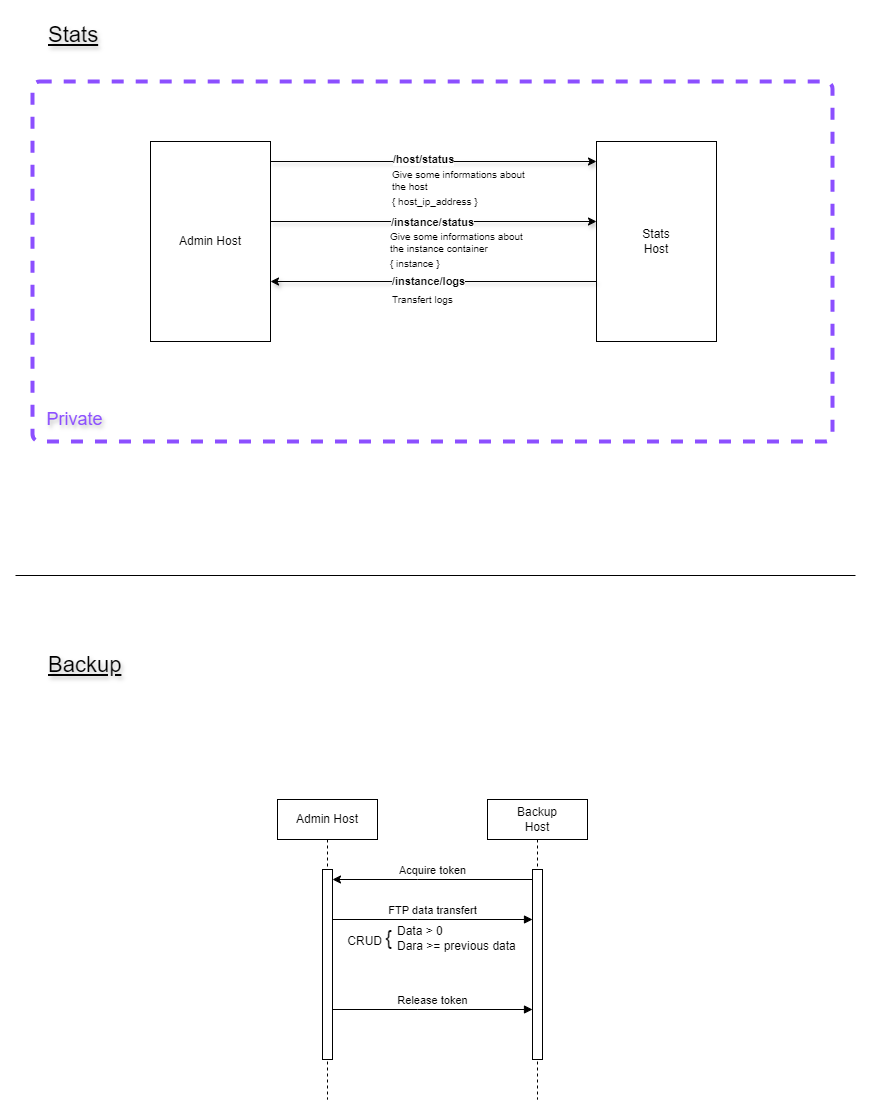
Before: doc/Admin.png, a diagram exported from draw.io (yesbabylon/b2). Source tidied: cells renumbered, new cells last; positions are measured from the earlier drawing's top-left corner, leaving out a move shared by most shapes.
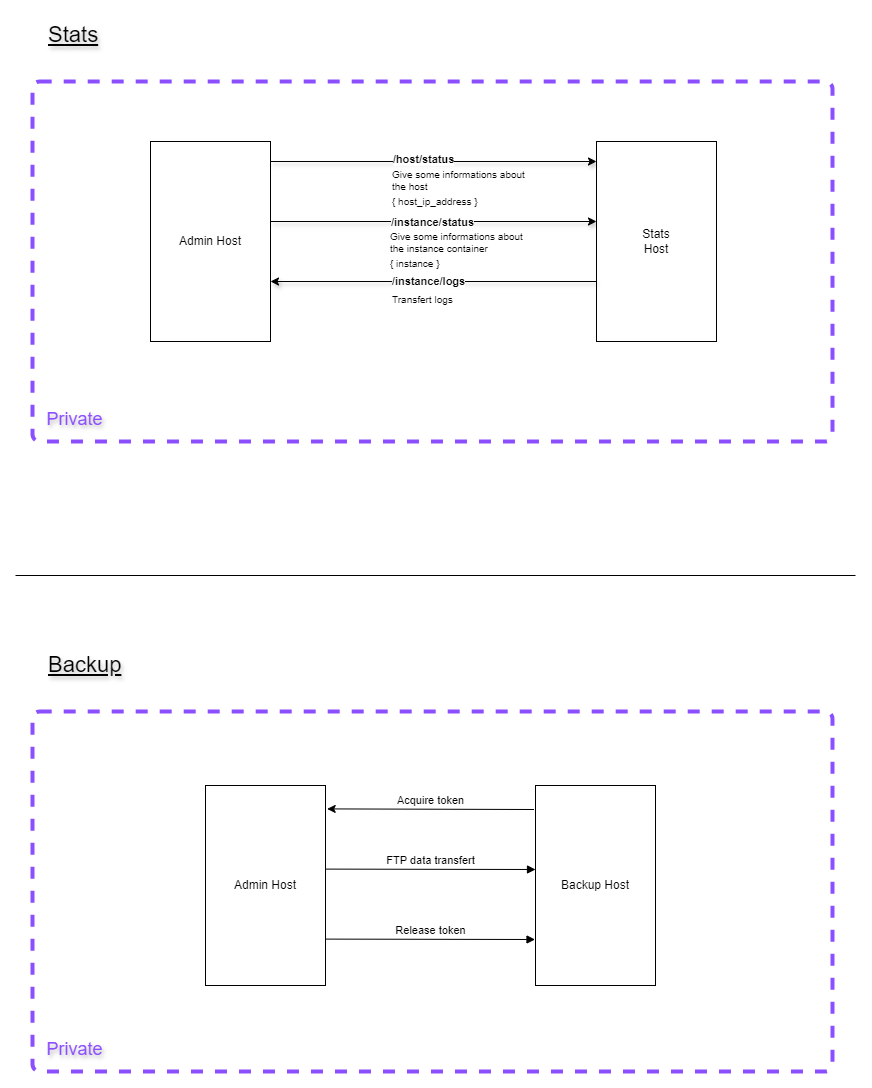
Later version of the same file.

Commit message:
Added admin chart

Change to the diagram source:
```diff
@@ -2,6 +2,9 @@
   <root>
     <mxCell id="0" />
     <mxCell id="1" parent="0" />
+    <mxCell id="29" style="rounded=1;whiteSpace=wrap;html=1;fillColor=none;dashed=1;strokeWidth=4;strokeColor=#8C4FFF;arcSize=2;" parent="1" vertex="1">
+      <mxGeometry x="17" y="696" width="800" height="360" as="geometry" />
+    </mxCell>
     <mxCell id="2" style="rounded=1;whiteSpace=wrap;html=1;fillColor=none;dashed=1;strokeWidth=4;strokeColor=#8C4FFF;arcSize=2;" parent="1" vertex="1">
       <mxGeometry x="17" y="66" width="800" height="360" as="geometry" />
     </mxCell>
@@ -63,44 +66,24 @@
     <mxCell id="17" value="Transfert logs" style="text;html=1;align=left;verticalAlign=middle;strokeColor=none;fillColor=none;fontSize=10;" parent="1" vertex="1">
       <mxGeometry x="375" y="269" width="80" height="30" as="geometry" />
     </mxCell>
-    <mxCell id="18" value="Admin Host" style="shape=umlLifeline;perimeter=lifelinePerimeter;whiteSpace=wrap;html=1;outlineConnect=0;portConstraint=eastwest;newEdgeStyle={&quot;edgeStyle&quot;:&quot;elbowEdgeStyle&quot;,&quot;elbow&quot;:&quot;vertical&quot;,&quot;curved&quot;:0,&quot;rounded&quot;:0};" parent="1" vertex="1">
-      <mxGeometry x="262" y="784" width="100" height="300" as="geometry" />
-    </mxCell>
-    <mxCell id="19" style="html=1;points=[];perimeter=orthogonalPerimeter;outlineConnect=0;targetShapes=umlLifeline;portConstraint=eastwest;newEdgeStyle={&quot;edgeStyle&quot;:&quot;elbowEdgeStyle&quot;,&quot;elbow&quot;:&quot;vertical&quot;,&quot;curved&quot;:0,&quot;rounded&quot;:0};" parent="18" vertex="1">
-      <mxGeometry x="45" y="70" width="10" height="190" as="geometry" />
-    </mxCell>
-    <mxCell id="20" value="Backup&lt;br&gt;Host" style="shape=umlLifeline;perimeter=lifelinePerimeter;whiteSpace=wrap;html=1;outlineConnect=0;portConstraint=eastwest;newEdgeStyle={&quot;edgeStyle&quot;:&quot;elbowEdgeStyle&quot;,&quot;elbow&quot;:&quot;vertical&quot;,&quot;curved&quot;:0,&quot;rounded&quot;:0};" parent="1" vertex="1">
-      <mxGeometry x="472" y="784" width="100" height="300" as="geometry" />
-    </mxCell>
-    <mxCell id="21" style="html=1;points=[];perimeter=orthogonalPerimeter;outlineConnect=0;targetShapes=umlLifeline;portConstraint=eastwest;newEdgeStyle={&quot;edgeStyle&quot;:&quot;elbowEdgeStyle&quot;,&quot;elbow&quot;:&quot;vertical&quot;,&quot;curved&quot;:0,&quot;rounded&quot;:0};" parent="20" vertex="1">
-      <mxGeometry x="45" y="70" width="10" height="190" as="geometry" />
-    </mxCell>
-    <mxCell id="22" value="Acquire token" style="html=1;verticalAlign=bottom;endArrow=none;edgeStyle=elbowEdgeStyle;elbow=vertical;curved=0;rounded=0;startArrow=classic;startFill=1;endFill=0;" parent="1" edge="1" source="19" target="21">
+    <mxCell id="22" value="Acquire token" style="html=1;verticalAlign=bottom;endArrow=none;edgeStyle=elbowEdgeStyle;elbow=vertical;curved=0;rounded=0;startArrow=classic;startFill=1;endFill=0;exitX=1.014;exitY=0.117;exitDx=0;exitDy=0;exitPerimeter=0;entryX=-0.012;entryY=0.116;entryDx=0;entryDy=0;entryPerimeter=0;" parent="1" edge="1" source="18" target="20">
       <mxGeometry relative="1" as="geometry">
         <Array as="points">
-          <mxPoint x="402" y="864" />
+          <mxPoint x="402" y="794" />
         </Array>
       </mxGeometry>
     </mxCell>
-    <mxCell id="23" value="FTP data transfert" style="html=1;verticalAlign=bottom;endArrow=block;edgeStyle=elbowEdgeStyle;elbow=vertical;curved=0;rounded=0;" parent="1" edge="1" target="21">
+    <mxCell id="23" value="FTP data transfert" style="html=1;verticalAlign=bottom;endArrow=block;edgeStyle=elbowEdgeStyle;elbow=vertical;curved=0;rounded=0;entryX=0;entryY=0.417;entryDx=0;entryDy=0;entryPerimeter=0;exitX=1;exitY=0.418;exitDx=0;exitDy=0;exitPerimeter=0;" parent="1" edge="1" source="18" target="20">
       <mxGeometry relative="1" as="geometry">
-        <mxPoint x="317" y="904" as="sourcePoint" />
         <Array as="points">
-          <mxPoint x="402" y="904" />
+          <mxPoint x="402" y="854" />
         </Array>
       </mxGeometry>
     </mxCell>
-    <mxCell id="24" value="CRUD &lt;font style=&quot;font-size: 20px;&quot;&gt;{&lt;/font&gt;" style="text;html=1;align=right;verticalAlign=middle;strokeColor=none;fillColor=none;" parent="1" vertex="1">
-      <mxGeometry x="308" y="902" width="70" height="40" as="geometry" />
-    </mxCell>
-    <mxCell id="25" value="Data &amp;gt; 0&lt;br&gt;&lt;div style=&quot;&quot;&gt;&lt;span style=&quot;background-color: initial;&quot;&gt;Dara &amp;gt;= previous data&lt;/span&gt;&lt;/div&gt;" style="text;html=1;align=left;verticalAlign=middle;strokeColor=none;fillColor=none;" parent="1" vertex="1">
-      <mxGeometry x="380" y="903" width="140" height="40" as="geometry" />
-    </mxCell>
-    <mxCell id="26" value="Release token" style="html=1;verticalAlign=bottom;endArrow=block;edgeStyle=elbowEdgeStyle;elbow=vertical;curved=0;rounded=0;" parent="1" edge="1" target="21">
+    <mxCell id="26" value="Release token" style="html=1;verticalAlign=bottom;endArrow=block;edgeStyle=elbowEdgeStyle;elbow=vertical;curved=0;rounded=0;exitX=1;exitY=0.768;exitDx=0;exitDy=0;exitPerimeter=0;entryX=-0.004;entryY=0.766;entryDx=0;entryDy=0;entryPerimeter=0;" parent="1" edge="1" source="18" target="20">
       <mxGeometry relative="1" as="geometry">
-        <mxPoint x="317" y="994" as="sourcePoint" />
         <Array as="points">
-          <mxPoint x="402" y="994" />
+          <mxPoint x="402" y="924" />
         </Array>
       </mxGeometry>
     </mxCell>
@@ -113,5 +96,14 @@
     <mxCell id="28" value="&lt;font style=&quot;font-size: 22px;&quot;&gt;&lt;u&gt;Backup&lt;/u&gt;&lt;/font&gt;" style="text;html=1;align=left;verticalAlign=middle;strokeColor=none;fillColor=none;textShadow=1;" parent="1" vertex="1">
       <mxGeometry x="31" y="630" width="100" height="40" as="geometry" />
     </mxCell>
+    <mxCell id="30" value="&lt;font color=&quot;#8c4fff&quot; style=&quot;font-size: 18px;&quot;&gt;Private&lt;/font&gt;" style="text;html=1;align=center;verticalAlign=middle;strokeColor=none;fillColor=none;textShadow=1;" parent="1" vertex="1">
+      <mxGeometry x="19" y="1014" width="80" height="40" as="geometry" />
+    </mxCell>
+    <mxCell id="18" value="Admin Host" style="whiteSpace=wrap;html=1;" parent="1" vertex="1">
+      <mxGeometry x="190" y="770" width="120" height="200" as="geometry" />
+    </mxCell>
+    <mxCell id="20" value="Backup Host" style="whiteSpace=wrap;html=1;" parent="1" vertex="1">
+      <mxGeometry x="520" y="770" width="120" height="200" as="geometry" />
+    </mxCell>
   </root>
 </mxGraphModel>
```
